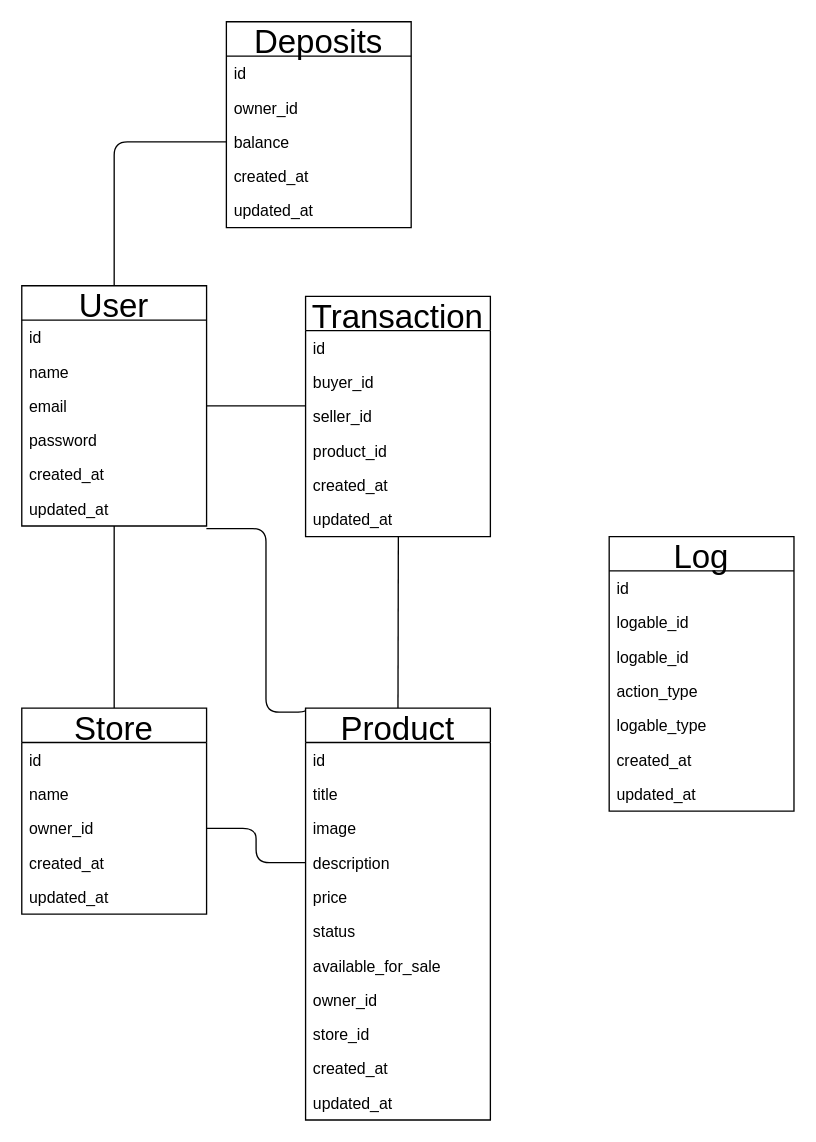
The draw.io diagram page "Page-2" (1 of 2) of res/ERD.drawio in jameswang50/Marketplace-DS-Go, before the edit. Source tidied: cells renumbered, new cells numbered last; positions are measured from the earlier drawing's top-left corner, leaving out a move shared by most shapes. Both pictures are drawn from the tidied source at 132%, with x=0, y=0 at pixel (21, 21).
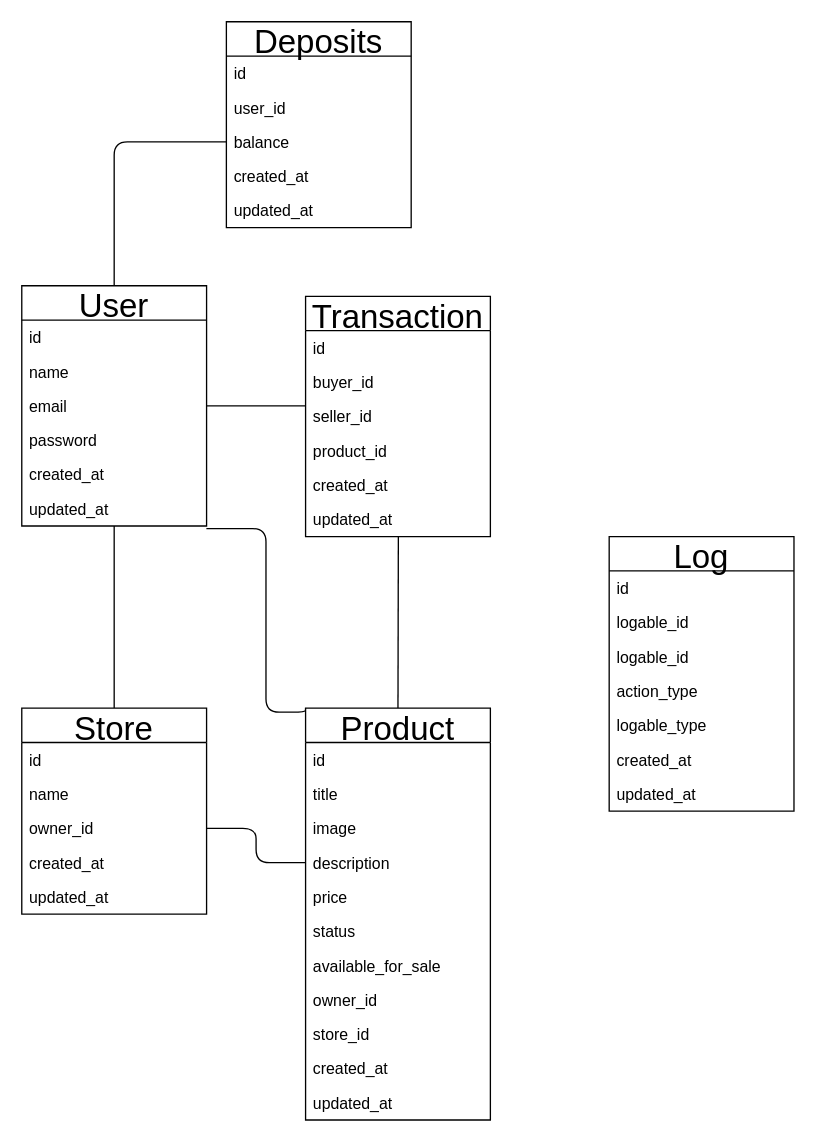
After the change.

Unchanged cells that the change refers to:
```xml
<mxCell id="46" value="Deposits" style="swimlane;fontStyle=0;horizontal=1;startSize=26;fontSize=25;" parent="1" vertex="1">
  <mxGeometry x="155" width="140" height="156" as="geometry" />
</mxCell>
```

Diff of the diagram source:
```diff
@@
-    <mxCell id="48" value="owner_id" style="text;strokeColor=none;fillColor=none;align=left;verticalAlign=top;spacingLeft=4;spacingRight=4;overflow=hidden;" parent="46" vertex="1">
+    <mxCell id="48" value="user_id" style="text;strokeColor=none;fillColor=none;align=left;verticalAlign=top;spacingLeft=4;spacingRight=4;overflow=hidden;" parent="46" vertex="1">
       <mxGeometry y="52" width="140" height="26" as="geometry" />
     </mxCell>
```
